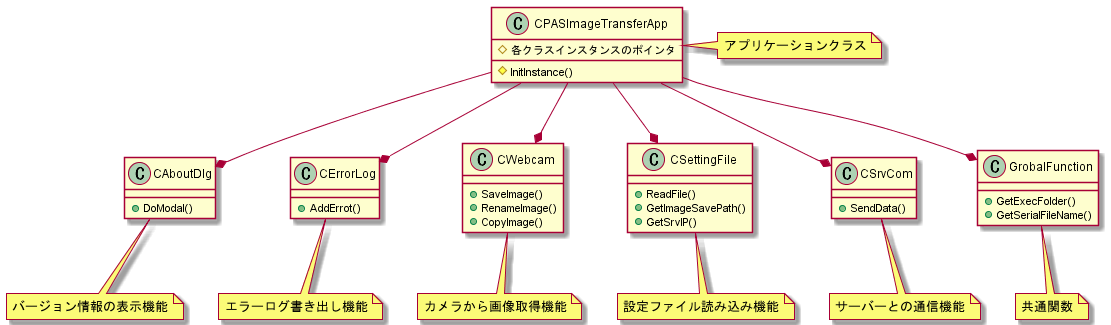
Above: out/PlantUML/PASImageTransfer_class/PASImageTransferクラス図.png in yoshijss/Docs (PlantUML), before the change. Its diagram source:
```plantuml
@startuml PASImageTransferクラス図

class CPASImageTransferApp
{
    #各クラスインスタンスのポインタ
    #InitInstance()
}
note right of CPASImageTransferApp
アプリケーションクラス
end note

class CAboutDlg
{
    +DoModal()
}
note bottom of CAboutDlg
バージョン情報の表示機能
end note

class CErrorLog
{
    +AddErrot()
}
note bottom of CErrorLog
エラーログ書き出し機能
end note

class CWebcam
{
    +SaveImage()
    +RenameImage()
    +CopyImage()
}
note bottom of CWebcam
カメラから画像取得機能
end note

class CSettingFile
{
    +ReadFile()
    +GetImageSavePath()
    +GetSrvIP()
}
note bottom of CSettingFile
設定ファイル読み込み機能
end note

class CSrvCom
{
    +SendData()
}
note bottom of CSrvCom
サーバーとの通信機能
end note

class GrobalFunction
{
    +GetExecFolder()
    +GetSerialFileName()
}
note bottom of GrobalFunction
共通関数
end note

CPASImageTransferApp --* CWebcam
CPASImageTransferApp --* CSettingFile
CPASImageTransferApp --* CErrorLog
CPASImageTransferApp --* CAboutDlg
CPASImageTransferApp --* CSrvCom
CPASImageTransferApp --* GrobalFunction

@enduml
```
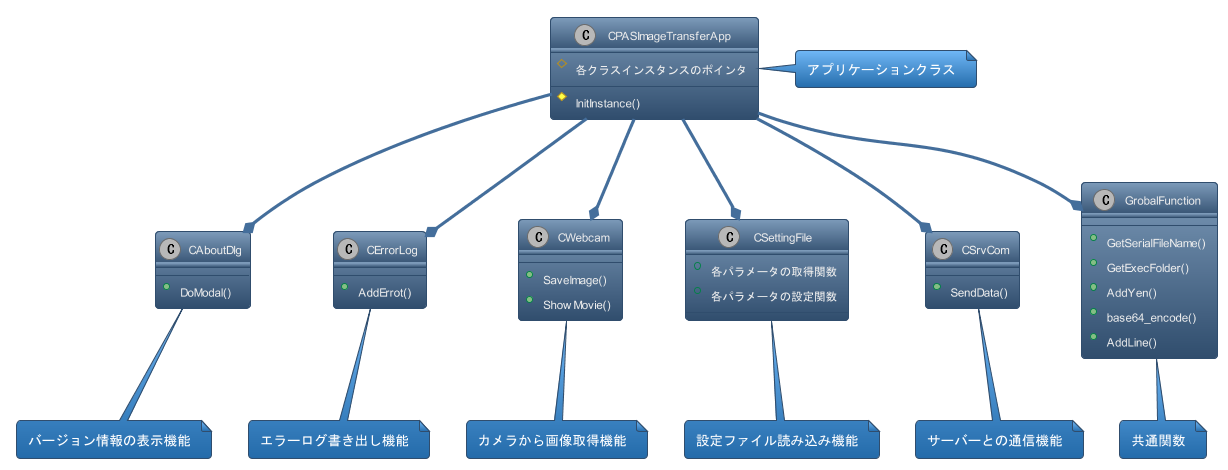
After the change.

What changed in the source:
```diff
@@ -1,5 +1,5 @@
 @startuml PASImageTransferクラス図
-
+!theme spacelab
 class CPASImageTransferApp
 {
     #各クラスインスタンスのポインタ
@@ -28,8 +28,7 @@
 class CWebcam
 {
     +SaveImage()
-    +RenameImage()
-    +CopyImage()
+    +ShowMovie()
 }
 note bottom of CWebcam
 カメラから画像取得機能
@@ -37,9 +36,8 @@
 
 class CSettingFile
 {
-    +ReadFile()
-    +GetImageSavePath()
-    +GetSrvIP()
+    +各パラメータの取得関数
+    +各パラメータの設定関数
 }
 note bottom of CSettingFile
 設定ファイル読み込み機能
@@ -55,8 +53,11 @@
 
 class GrobalFunction
 {
+    +GetSerialFileName()
     +GetExecFolder()
-    +GetSerialFileName()
+    +AddYen()
+    +base64_encode()
+    +AddLine()
 }
 note bottom of GrobalFunction
 共通関数
```
